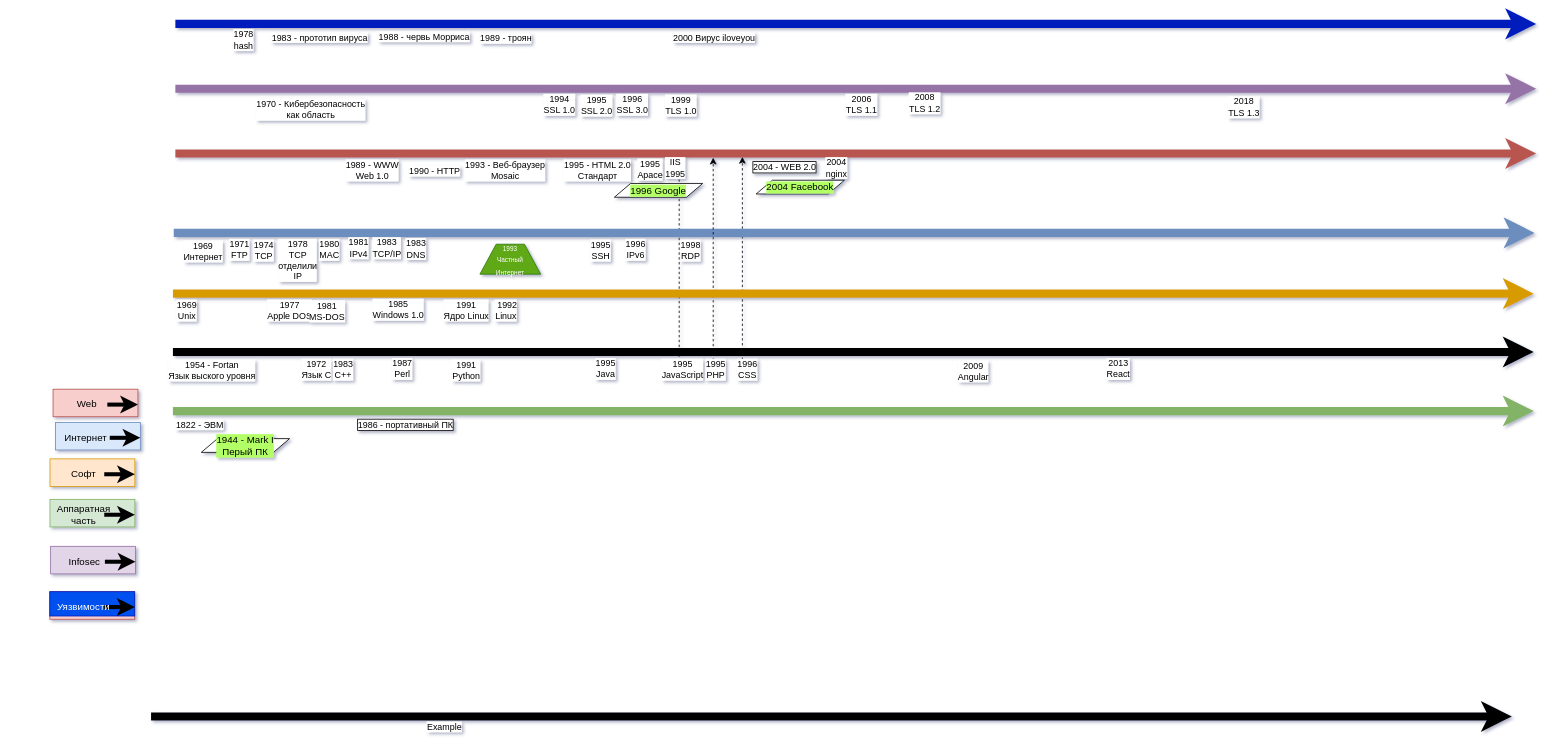
Earlier version of the draw.io diagram IT-history.drawio (ResctD/IT-History). Source tidied: cells renumbered, new cells numbered last; positions are measured from the earlier drawing's top-left corner, leaving out a move shared by most shapes. Both pictures are drawn from the tidied source at 81%, with x=0, y=0 at pixel (49, 23).
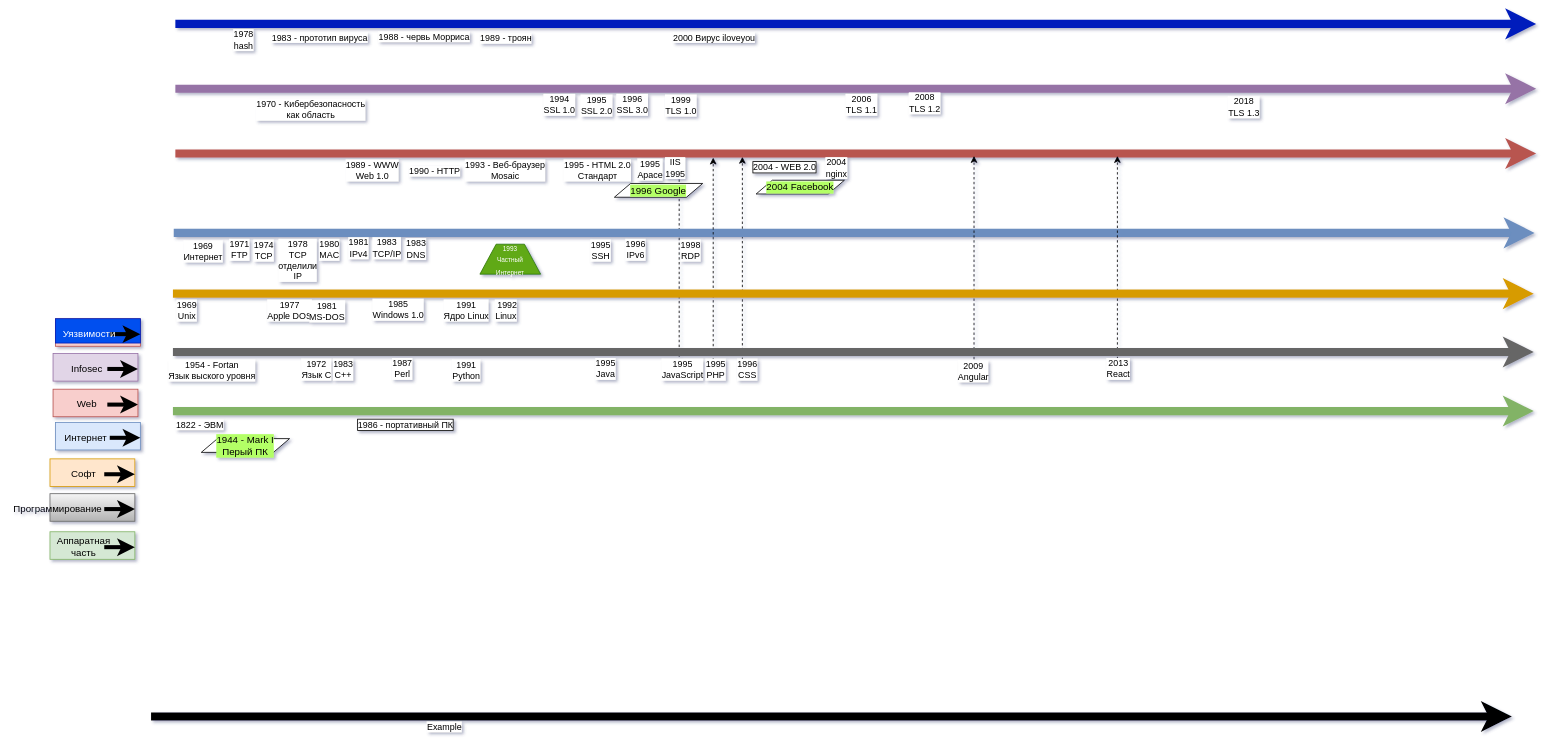
The same diagram, later.

The change refers to these unchanged cells:
```xml
<mxCell id="17" style="group;" parent="16" vertex="1">
  <mxGeometry width="1680" height="56" as="geometry" />
</mxCell>
```

The edit, as a diff of the source:
```diff
@@
+    <mxCell id="96" style="endArrow=classic;html=1;rounded=0;dashed=1;" parent="17" edge="1">
+      <mxGeometry relative="1" as="geometry">
+        <mxPoint x="986" y="254" as="sourcePoint" />
+        <mxPoint x="986" y="3" as="targetPoint" />
+      </mxGeometry>
+    </mxCell>
+    <mxCell id="97" style="endArrow=classic;html=1;rounded=0;dashed=1;" parent="17" edge="1">
+      <mxGeometry relative="1" as="geometry">
+        <mxPoint x="1163" y="254" as="sourcePoint" />
+        <mxPoint x="1163" y="3" as="targetPoint" />
+      </mxGeometry>
+    </mxCell>
@@
     <mxCell id="49" style="group;fillColor=#d5e8d4;strokeColor=#82b366;" parent="1" vertex="1">
-      <mxGeometry x="0.2" y="587" width="104.8" height="34" as="geometry" />
+      <mxGeometry x="0.2" y="627" width="104.8" height="34" as="geometry" />
     </mxCell>
@@
     <mxCell id="64" style="group;fillColor=#e1d5e7;strokeColor=#9673a6;" parent="1" vertex="1">
-      <mxGeometry x="1" y="645" width="104.8" height="34" as="geometry" />
+      <mxGeometry x="4" y="407" width="104.8" height="34" as="geometry" />
     </mxCell>
@@
     <mxCell id="74" style="group;fillColor=#f8cecc;strokeColor=#b85450;fontColor=#FFFFFF;" parent="1" vertex="1">
-      <mxGeometry y="701" width="104.8" height="34" as="geometry" />
+      <mxGeometry x="7" y="364" width="104.8" height="34" as="geometry" />
     </mxCell>
@@
-    <mxCell id="83" style="endArrow=classic;html=1;rounded=0;strokeWidth=10;labelBackgroundColor=#CCFF99;fontColor=#FFB570;" parent="1" edge="1">
+    <mxCell id="83" style="endArrow=classic;html=1;rounded=0;strokeWidth=10;labelBackgroundColor=#CCFF99;fontColor=#FFB570;fillColor=#f5f5f5;gradientColor=#b3b3b3;strokeColor=#666666;" parent="1" edge="1">
       <mxGeometry relative="1" as="geometry">
         <mxPoint x="152" y="405" as="sourcePoint" />
         <mxPoint x="1832" y="405" as="targetPoint" />
       </mxGeometry>
     </mxCell>
@@
+    <mxCell id="98" style="group;fillColor=#f5f5f5;strokeColor=#666666;gradientColor=#b3b3b3;" parent="1" vertex="1">
+      <mxGeometry x="0.2" y="580" width="104.8" height="34" as="geometry" />
+    </mxCell>
+    <mxCell id="99" style="group;" parent="98" vertex="1">
+      <mxGeometry width="104.8" height="30" as="geometry" />
+    </mxCell>
+    <mxCell id="100" style="endArrow=classic;html=1;rounded=0;strokeWidth=5;" parent="99" edge="1">
+      <mxGeometry relative="1" as="geometry">
+        <mxPoint x="67" y="19" as="sourcePoint" />
+        <mxPoint x="104.8" y="19" as="targetPoint" />
+      </mxGeometry>
+    </mxCell>
+    <mxCell id="101" value="Программирование" style="text;html=1;whiteSpace=wrap;strokeColor=none;fillColor=none;align=center;verticalAlign=middle;rounded=0;" parent="98" vertex="1">
+      <mxGeometry x="-43" y="4" width="106.4" height="30" as="geometry" />
+    </mxCell>
```
